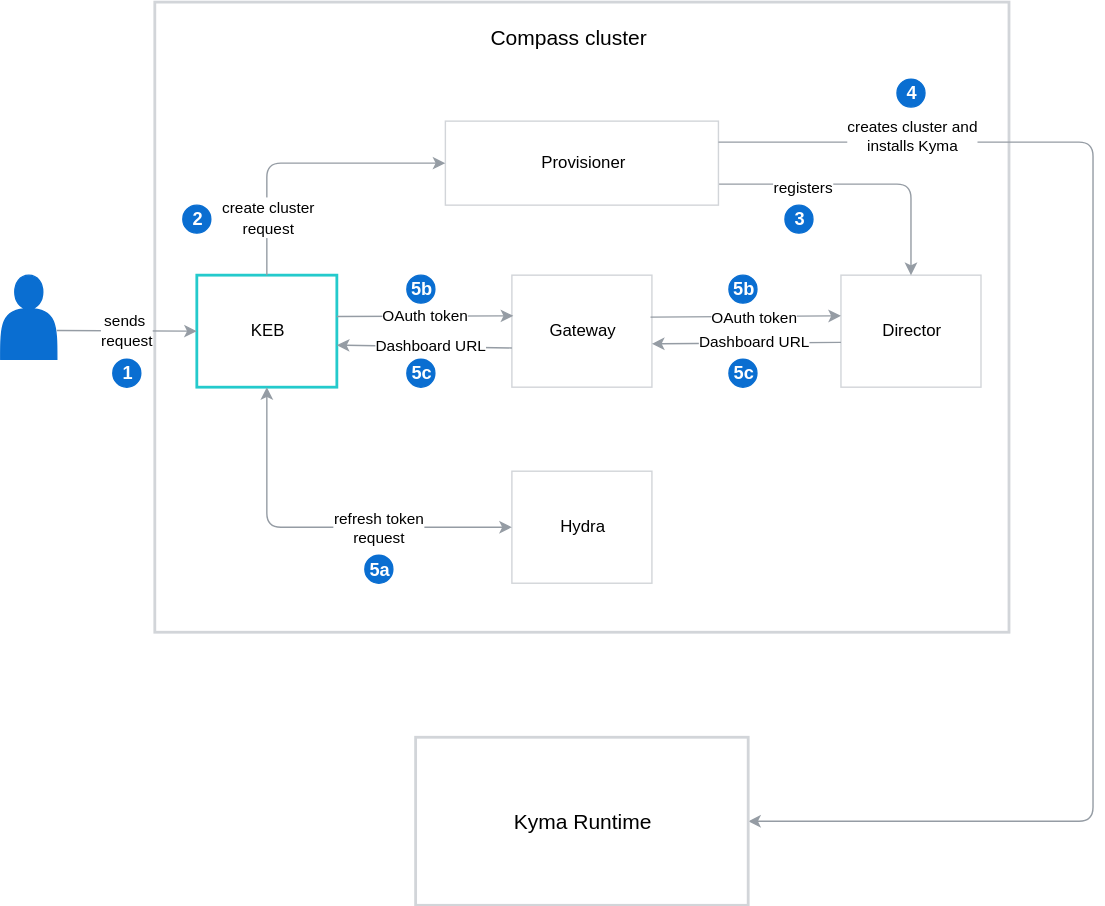
Earlier version of the draw.io export docs/assets/keb-architecture.svg (ukff/kyma-environment-broker). Source tidied: cells renumbered, new cells last; positions are measured from the earlier drawing's top-left corner, leaving out a move shared by most shapes.
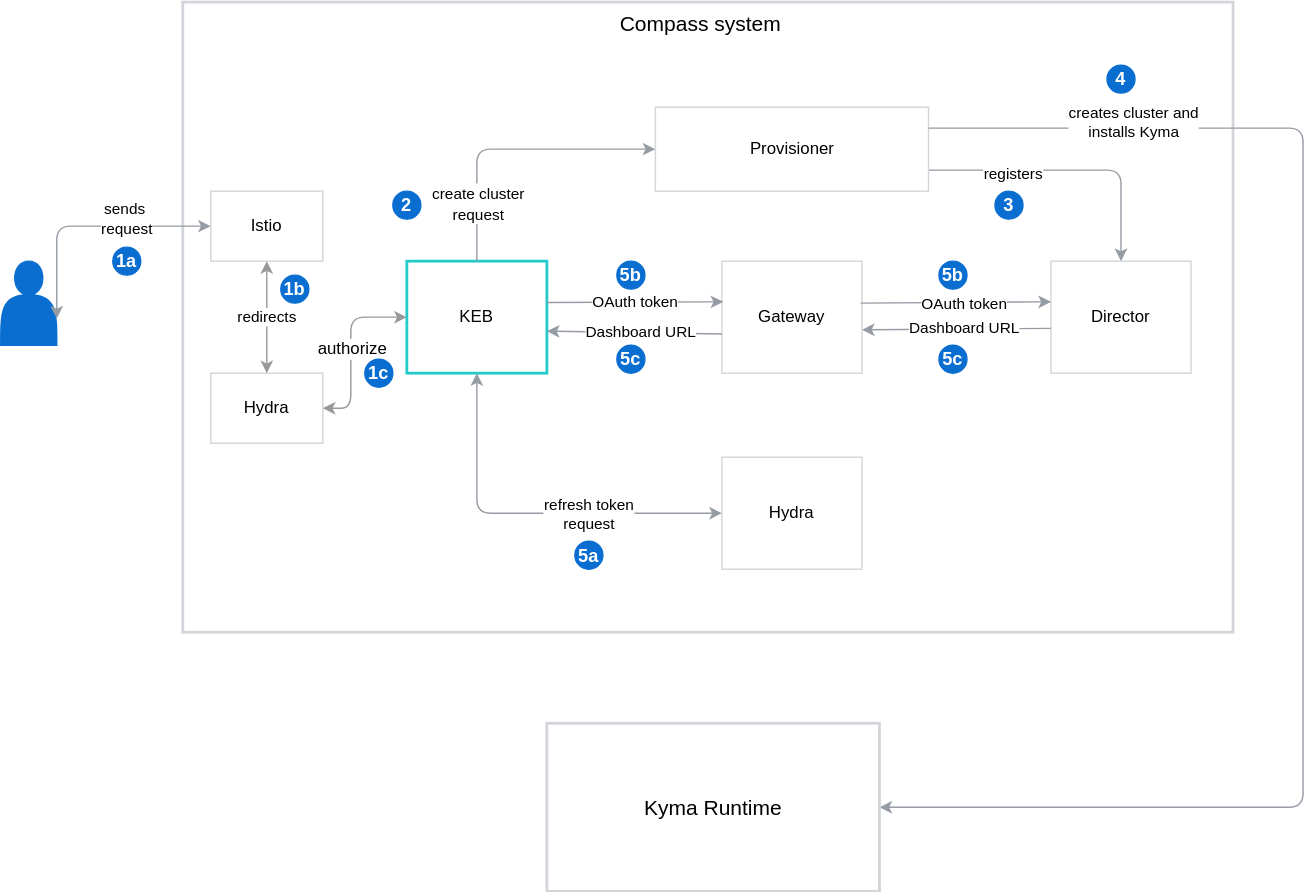
Above is the later version.

The edit, as a diff of the source:
```diff
@@ -2,15 +2,15 @@
   <root>
     <mxCell id="0" />
     <mxCell id="1" parent="0" />
-    <mxCell id="2" style="shape=actor;whiteSpace=wrap;html=1;strokeColor=#0A6ED1;fillColor=#0A6ED1;" parent="1" vertex="1">
-      <mxGeometry y="195" width="40" height="60" as="geometry" />
-    </mxCell>
-    <mxCell id="3" style="rounded=0;whiteSpace=wrap;html=1;strokeColor=#D2D5D9;fillColor=#FFFFFF;strokeWidth=2;" parent="1" vertex="1">
-      <mxGeometry x="110" width="610" height="450" as="geometry" />
-    </mxCell>
-    <mxCell id="4" value="&lt;font style=&quot;font-size: 15px&quot;&gt;Compass cluster&lt;/font&gt;" style="text;html=1;strokeColor=none;fillColor=none;align=center;verticalAlign=middle;whiteSpace=wrap;rounded=0;" parent="1" vertex="1">
-      <mxGeometry x="335" y="15" width="140" height="20" as="geometry" />
-    </mxCell>
+    <mxCell id="36" style="rounded=0;whiteSpace=wrap;html=1;strokeColor=#D2D5D9;fillColor=#FFFFFF;strokeWidth=2;" parent="1" vertex="1">
+      <mxGeometry x="-20" y="10" width="750" height="450" as="geometry" />
+    </mxCell>
+    <mxCell id="37" style="shape=actor;whiteSpace=wrap;html=1;strokeColor=#0A6ED1;fillColor=#0A6ED1;" parent="1" vertex="1">
+      <mxGeometry x="-150" y="195" width="40" height="60" as="geometry" />
+    </mxCell>
+    <mxCell id="38" value="&lt;font style=&quot;font-size: 15px&quot;&gt;Compass system&lt;/font&gt;" style="text;html=1;strokeColor=none;fillColor=none;align=center;verticalAlign=middle;whiteSpace=wrap;rounded=0;" parent="1" vertex="1">
+      <mxGeometry x="280" y="15" width="140" height="20" as="geometry" />
+    </mxCell>
     <mxCell id="5" value="KEB" style="rounded=0;whiteSpace=wrap;html=1;strokeColor=#24CACC;fillColor=#FFFFFF;strokeWidth=2;" parent="1" vertex="1">
       <mxGeometry x="140" y="195" width="100" height="80" as="geometry" />
     </mxCell>
@@ -31,12 +31,6 @@
     <mxCell id="10" value="Provisioner" style="rounded=0;whiteSpace=wrap;html=1;strokeColor=#D2D5D9;strokeWidth=1;fillColor=#FFFFFF;" parent="1" vertex="1">
       <mxGeometry x="317.5" y="85" width="195" height="60" as="geometry" />
     </mxCell>
-    <mxCell id="11" value="sends&amp;nbsp;&lt;br&gt;request" style="endArrow=classic;html=1;strokeColor=#959CA4;" parent="1" edge="1">
-      <mxGeometry relative="1" as="geometry">
-        <mxPoint x="40" y="234.5" as="sourcePoint" />
-        <mxPoint x="140" y="235" as="targetPoint" />
-      </mxGeometry>
-    </mxCell>
     <mxCell id="12" style="endArrow=classic;html=1;strokeColor=#959CA4;entryX=0;entryY=0.5;entryDx=0;entryDy=0;exitX=0.5;exitY=0;exitDx=0;exitDy=0;" parent="1" edge="1" source="5" target="10">
       <mxGeometry relative="1" as="geometry">
         <Array as="points">
@@ -70,16 +64,16 @@
         <mxPoint x="240" y="224.5" as="sourcePoint" />
       </mxGeometry>
     </mxCell>
-    <mxCell id="18" style="endArrow=classic;html=1;strokeColor=#959CA4;entryX=1;entryY=0.75;entryDx=0;entryDy=0;exitX=0;exitY=0.65;exitDx=0;exitDy=0;exitPerimeter=0;" parent="1" edge="1" source="6">
-      <mxGeometry relative="1" as="geometry">
-        <mxPoint x="240" y="245" as="targetPoint" />
-      </mxGeometry>
-    </mxCell>
-    <mxCell id="19" value="&lt;font style=&quot;font-size: 11px&quot;&gt;Dashboard URL&lt;/font&gt;" style="text;html=1;align=center;verticalAlign=middle;labelBackgroundColor=#ffffff;fontSize=10;" parent="18" vertex="1">
-      <mxGeometry x="0.2" relative="1" as="geometry">
-        <mxPoint x="16" as="offset" />
-      </mxGeometry>
-    </mxCell>
+    <mxCell id="39" style="endArrow=classic;html=1;strokeColor=#959CA4;entryX=1;entryY=0.75;entryDx=0;entryDy=0;exitX=0;exitY=0.65;exitDx=0;exitDy=0;exitPerimeter=0;" parent="1" edge="1" source="6">
+      <mxGeometry relative="1" as="geometry">
+        <mxPoint x="240" y="245" as="targetPoint" />
+      </mxGeometry>
+    </mxCell>
+    <mxCell id="40" value="&lt;font style=&quot;font-size: 11px&quot;&gt;Dashboard URL&lt;/font&gt;" style="text;html=1;align=center;verticalAlign=middle;labelBackgroundColor=#ffffff;fontSize=10;" parent="39" vertex="1">
+      <mxGeometry x="0.2" relative="1" as="geometry">
+        <mxPoint x="16" as="offset" />
+      </mxGeometry>
+    </mxCell>
     <mxCell id="20" style="endArrow=classic;html=1;strokeColor=#959CA4;entryX=0;entryY=0.363;entryDx=0;entryDy=0;entryPerimeter=0;exitX=0.99;exitY=0.375;exitDx=0;exitDy=0;exitPerimeter=0;" parent="1" edge="1" source="6" target="7">
       <mxGeometry relative="1" as="geometry" />
     </mxCell>
@@ -91,11 +85,11 @@
     <mxCell id="22" style="endArrow=classic;html=1;strokeColor=#959CA4;entryX=1;entryY=0.613;entryDx=0;entryDy=0;entryPerimeter=0;exitX=0;exitY=0.6;exitDx=0;exitDy=0;exitPerimeter=0;" parent="1" edge="1" source="7" target="6">
       <mxGeometry relative="1" as="geometry" />
     </mxCell>
-    <mxCell id="23" value="&lt;font style=&quot;font-size: 11px&quot;&gt;Dashboard URL&lt;/font&gt;" style="text;html=1;align=center;verticalAlign=middle;labelBackgroundColor=#ffffff;fontSize=10;" parent="22" vertex="1">
-      <mxGeometry x="0.17" y="-1" relative="1" as="geometry">
-        <mxPoint x="16" as="offset" />
-      </mxGeometry>
-    </mxCell>
+    <mxCell id="41" value="&lt;font style=&quot;font-size: 11px&quot;&gt;Dashboard URL&lt;/font&gt;" style="text;html=1;align=center;verticalAlign=middle;labelBackgroundColor=#ffffff;fontSize=10;" parent="22" vertex="1">
+      <mxGeometry x="0.17" y="-1" relative="1" as="geometry">
+        <mxPoint x="16" as="offset" />
+      </mxGeometry>
+    </mxCell>
     <mxCell id="24" style="endArrow=classic;startArrow=classic;html=1;strokeColor=#959CA4;fontSize=10;entryX=0;entryY=0.5;entryDx=0;entryDy=0;exitX=0.5;exitY=1;exitDx=0;exitDy=0;" parent="1" edge="1" source="5" target="16">
       <mxGeometry relative="1" as="geometry">
         <Array as="points">
@@ -109,11 +103,11 @@
       </mxGeometry>
     </mxCell>
     <mxCell id="26" value="&lt;font style=&quot;font-size: 15px&quot;&gt;Kyma Runtime&lt;/font&gt;" style="rounded=0;whiteSpace=wrap;html=1;strokeColor=#D2D5D9;strokeWidth=2;fillColor=#FFFFFF;fontSize=11;" parent="1" vertex="1">
-      <mxGeometry x="296.2" y="525" width="237.5" height="120" as="geometry" />
+      <mxGeometry x="240" y="525" width="237.5" height="120" as="geometry" />
     </mxCell>
-    <mxCell id="27" value="&lt;font color=&quot;#ffffff&quot; size=&quot;1&quot;&gt;&lt;b style=&quot;font-size: 13px&quot;&gt;1&lt;/b&gt;&lt;/font&gt;" style="ellipse;whiteSpace=wrap;html=1;strokeColor=#0A6ED1;strokeWidth=1;fillColor=#0A6ED1;fontSize=11;" parent="1" vertex="1">
-      <mxGeometry x="80" y="255" width="20" height="20" as="geometry" />
-    </mxCell>
+    <mxCell id="42" value="&lt;font color=&quot;#ffffff&quot; size=&quot;1&quot;&gt;&lt;b style=&quot;font-size: 13px&quot;&gt;1a&lt;/b&gt;&lt;/font&gt;" style="ellipse;whiteSpace=wrap;html=1;strokeColor=#0A6ED1;strokeWidth=1;fillColor=#0A6ED1;fontSize=11;" parent="1" vertex="1">
+      <mxGeometry x="-70" y="185" width="20" height="20" as="geometry" />
+    </mxCell>
     <mxCell id="28" value="&lt;font color=&quot;#ffffff&quot; size=&quot;1&quot;&gt;&lt;b style=&quot;font-size: 13px&quot;&gt;2&lt;/b&gt;&lt;/font&gt;" style="ellipse;whiteSpace=wrap;html=1;strokeColor=#0A6ED1;strokeWidth=1;fillColor=#0A6ED1;fontSize=11;" parent="1" vertex="1">
       <mxGeometry x="130" y="145" width="20" height="20" as="geometry" />
     </mxCell>
@@ -138,5 +132,39 @@
     <mxCell id="35" value="&lt;font color=&quot;#ffffff&quot;&gt;&lt;span style=&quot;font-size: 13px&quot;&gt;&lt;b&gt;5c&lt;/b&gt;&lt;/span&gt;&lt;/font&gt;" style="ellipse;whiteSpace=wrap;html=1;strokeColor=#0A6ED1;strokeWidth=1;fillColor=#0A6ED1;fontSize=11;" parent="1" vertex="1">
       <mxGeometry x="290" y="255" width="20" height="20" as="geometry" />
     </mxCell>
+    <mxCell id="43" value="Hydra" style="rounded=0;whiteSpace=wrap;html=1;strokeColor=#D2D5D9;fillColor=#FFFFFF;strokeWidth=1;" parent="1" vertex="1">
+      <mxGeometry y="275" width="80" height="50" as="geometry" />
+    </mxCell>
+    <mxCell id="11" value="sends&amp;nbsp;&lt;br&gt;request" style="endArrow=classic;html=1;strokeColor=#959CA4;entryX=0;entryY=0.5;entryDx=0;entryDy=0;startArrow=classic;startFill=1;" parent="1" edge="1" target="44">
+      <mxGeometry x="0.32" y="5" relative="1" as="geometry">
+        <mxPoint x="-110" y="236" as="sourcePoint" />
+        <Array as="points">
+          <mxPoint x="-110" y="170" />
+        </Array>
+      </mxGeometry>
+    </mxCell>
+    <mxCell id="44" value="Istio" style="rounded=0;whiteSpace=wrap;html=1;strokeColor=#D2D5D9;fillColor=#FFFFFF;strokeWidth=1;" parent="1" vertex="1">
+      <mxGeometry y="145" width="80" height="50" as="geometry" />
+    </mxCell>
+    <mxCell id="45" value="redirects" style="endArrow=classic;startArrow=classic;html=1;strokeColor=#999999;exitX=0.5;exitY=1;exitDx=0;exitDy=0;entryX=0.5;entryY=0;entryDx=0;entryDy=0;" parent="1" edge="1" source="44" target="43">
+      <mxGeometry relative="1" as="geometry" />
+    </mxCell>
+    <mxCell id="46" style="endArrow=classic;startArrow=classic;html=1;strokeColor=#999999;entryX=1;entryY=0.5;entryDx=0;entryDy=0;exitX=0;exitY=0.5;exitDx=0;exitDy=0;" parent="1" edge="1" source="5" target="43">
+      <mxGeometry relative="1" as="geometry">
+        <Array as="points">
+          <mxPoint x="100" y="235" />
+          <mxPoint x="100" y="300" />
+        </Array>
+      </mxGeometry>
+    </mxCell>
+    <mxCell id="47" value="authorize" style="text;html=1;align=center;verticalAlign=middle;labelBackgroundColor=#ffffff;" parent="46" vertex="1">
+      <mxGeometry x="-0.01" relative="1" as="geometry" />
+    </mxCell>
+    <mxCell id="48" value="&lt;font color=&quot;#ffffff&quot; size=&quot;1&quot;&gt;&lt;b style=&quot;font-size: 13px&quot;&gt;1b&lt;/b&gt;&lt;/font&gt;" style="ellipse;whiteSpace=wrap;html=1;strokeColor=#0A6ED1;strokeWidth=1;fillColor=#0A6ED1;fontSize=11;" parent="1" vertex="1">
+      <mxGeometry x="50" y="205" width="20" height="20" as="geometry" />
+    </mxCell>
+    <mxCell id="49" value="&lt;font color=&quot;#ffffff&quot; size=&quot;1&quot;&gt;&lt;b style=&quot;font-size: 13px&quot;&gt;1c&lt;/b&gt;&lt;/font&gt;" style="ellipse;whiteSpace=wrap;html=1;strokeColor=#0A6ED1;strokeWidth=1;fillColor=#0A6ED1;fontSize=11;" parent="1" vertex="1">
+      <mxGeometry x="110" y="265" width="20" height="20" as="geometry" />
+    </mxCell>
   </root>
 </mxGraphModel>
```
